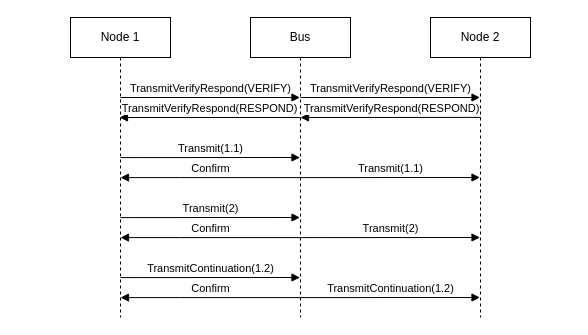
modelica/fmi-ls-bus keeps this draw.io diagram as docs/images/ethernet_transmit_fragmented.drawio. Above is the earlier version. Source tidied: cells renumbered, new cells numbered last; positions are measured from the earlier drawing's top-left corner, leaving out a move shared by most shapes. Both pictures are drawn from the tidied source at 100%, with x=0, y=0 at pixel (70, 17).
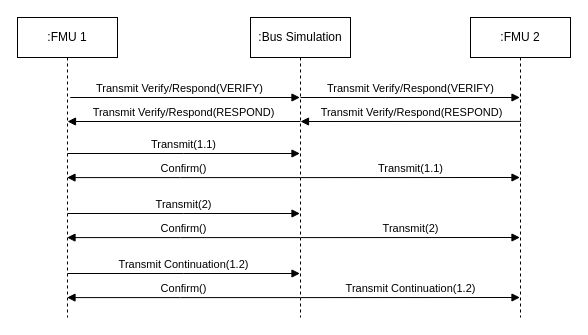
The same page after the edit.

Commit message (it also covers changes not shown here):
Fixed some ethernet images and typos

The edit, as a diff of the source:
```diff
@@
-    <mxCell id="2" value="Node 1" style="shape=umlLifeline;perimeter=lifelinePerimeter;whiteSpace=wrap;html=1;outlineConnect=0;portConstraint=eastwest;newEdgeStyle={&quot;edgeStyle&quot;:&quot;elbowEdgeStyle&quot;,&quot;elbow&quot;:&quot;vertical&quot;,&quot;curved&quot;:0,&quot;rounded&quot;:0};" parent="1" vertex="1">
-      <mxGeometry width="100" height="300" as="geometry" />
+    <mxCell id="2" value=":FMU 1" style="shape=umlLifeline;perimeter=lifelinePerimeter;whiteSpace=wrap;html=1;outlineConnect=0;portConstraint=eastwest;newEdgeStyle={&quot;edgeStyle&quot;:&quot;elbowEdgeStyle&quot;,&quot;elbow&quot;:&quot;vertical&quot;,&quot;curved&quot;:0,&quot;rounded&quot;:0};" parent="1" vertex="1">
+      <mxGeometry x="-53" width="100" height="300" as="geometry" />
     </mxCell>
-    <mxCell id="3" value="Bus" style="shape=umlLifeline;perimeter=lifelinePerimeter;whiteSpace=wrap;html=1;outlineConnect=0;portConstraint=eastwest;newEdgeStyle={&quot;edgeStyle&quot;:&quot;elbowEdgeStyle&quot;,&quot;elbow&quot;:&quot;vertical&quot;,&quot;curved&quot;:0,&quot;rounded&quot;:0};" parent="1" vertex="1">
+    <mxCell id="3" value=":Bus Simulation" style="shape=umlLifeline;perimeter=lifelinePerimeter;whiteSpace=wrap;html=1;outlineConnect=0;portConstraint=eastwest;newEdgeStyle={&quot;edgeStyle&quot;:&quot;elbowEdgeStyle&quot;,&quot;elbow&quot;:&quot;vertical&quot;,&quot;curved&quot;:0,&quot;rounded&quot;:0};" parent="1" vertex="1">
       <mxGeometry x="180" width="100" height="300" as="geometry" />
     </mxCell>
-    <mxCell id="4" value="Node 2" style="shape=umlLifeline;perimeter=lifelinePerimeter;whiteSpace=wrap;html=1;outlineConnect=0;portConstraint=eastwest;newEdgeStyle={&quot;edgeStyle&quot;:&quot;elbowEdgeStyle&quot;,&quot;elbow&quot;:&quot;vertical&quot;,&quot;curved&quot;:0,&quot;rounded&quot;:0};" parent="1" vertex="1">
-      <mxGeometry x="360" width="100" height="300" as="geometry" />
+    <mxCell id="4" value=":FMU 2" style="shape=umlLifeline;perimeter=lifelinePerimeter;whiteSpace=wrap;html=1;outlineConnect=0;portConstraint=eastwest;newEdgeStyle={&quot;edgeStyle&quot;:&quot;elbowEdgeStyle&quot;,&quot;elbow&quot;:&quot;vertical&quot;,&quot;curved&quot;:0,&quot;rounded&quot;:0};" parent="1" vertex="1">
+      <mxGeometry x="400" width="100" height="300" as="geometry" />
     </mxCell>
     <mxCell id="5" value="Transmit(1.1)" style="html=1;verticalAlign=bottom;endArrow=block;edgeStyle=elbowEdgeStyle;elbow=vertical;curved=0;rounded=0;" parent="1" edge="1">
       <mxGeometry relative="1" as="geometry">
-        <mxPoint x="50" y="140.1" as="sourcePoint" />
-        <mxPoint x="229.5" y="140" as="targetPoint" />
+        <mxPoint x="-3" y="136" as="sourcePoint" />
+        <mxPoint x="229.5" y="136" as="targetPoint" />
       </mxGeometry>
     </mxCell>
-    <mxCell id="6" value="Transmit(1.1)" style="html=1;verticalAlign=bottom;endArrow=block;edgeStyle=elbowEdgeStyle;elbow=vertical;curved=0;rounded=0;" parent="1" edge="1">
+    <mxCell id="6" value="Transmit(1.1)" style="html=1;verticalAlign=bottom;endArrow=block;edgeStyle=elbowEdgeStyle;elbow=vertical;curved=0;rounded=0;" parent="1" edge="1" target="4">
       <mxGeometry relative="1" as="geometry">
         <mxPoint x="229.8" y="160.1" as="sourcePoint" />
-        <mxPoint x="409.5" y="160.1" as="targetPoint" />
       </mxGeometry>
     </mxCell>
-    <mxCell id="7" value="Confirm" style="html=1;verticalAlign=bottom;endArrow=block;edgeStyle=elbowEdgeStyle;elbow=vertical;curved=0;rounded=0;" parent="1" edge="1">
+    <mxCell id="7" value="Confirm()" style="html=1;verticalAlign=bottom;endArrow=block;edgeStyle=elbowEdgeStyle;elbow=vertical;curved=0;rounded=0;" parent="1" edge="1" target="2">
       <mxGeometry relative="1" as="geometry">
         <mxPoint x="229.5" y="160.1" as="sourcePoint" />
-        <mxPoint x="50" y="160.1" as="targetPoint" />
         <Array as="points">
           <mxPoint x="110" y="160.1" />
         </Array>
       </mxGeometry>
     </mxCell>
     <mxCell id="8" value="Transmit(2)" style="html=1;verticalAlign=bottom;endArrow=block;edgeStyle=elbowEdgeStyle;elbow=vertical;curved=0;rounded=0;" parent="1" edge="1">
       <mxGeometry relative="1" as="geometry">
-        <mxPoint x="50" y="200.1" as="sourcePoint" />
-        <mxPoint x="229.5" y="200" as="targetPoint" />
+        <mxPoint x="-3" y="196" as="sourcePoint" />
+        <mxPoint x="229.5" y="196" as="targetPoint" />
       </mxGeometry>
     </mxCell>
-    <mxCell id="9" value="Transmit(2)" style="html=1;verticalAlign=bottom;endArrow=block;edgeStyle=elbowEdgeStyle;elbow=vertical;curved=0;rounded=0;" parent="1" edge="1">
+    <mxCell id="9" value="Transmit(2)" style="html=1;verticalAlign=bottom;endArrow=block;edgeStyle=elbowEdgeStyle;elbow=vertical;curved=0;rounded=0;" parent="1" edge="1" target="4">
       <mxGeometry relative="1" as="geometry">
         <mxPoint x="230" y="220.1" as="sourcePoint" />
-        <mxPoint x="409.5" y="220" as="targetPoint" />
       </mxGeometry>
     </mxCell>
-    <mxCell id="10" value="Confirm" style="html=1;verticalAlign=bottom;endArrow=block;edgeStyle=elbowEdgeStyle;elbow=vertical;curved=0;rounded=0;" parent="1" edge="1">
+    <mxCell id="10" value="Confirm()" style="html=1;verticalAlign=bottom;endArrow=block;edgeStyle=elbowEdgeStyle;elbow=vertical;curved=0;rounded=0;" parent="1" edge="1" target="2">
       <mxGeometry relative="1" as="geometry">
         <mxPoint x="229.5" y="220.1" as="sourcePoint" />
-        <mxPoint x="50" y="220.1" as="targetPoint" />
         <Array as="points">
           <mxPoint x="110" y="220.1" />
         </Array>
       </mxGeometry>
     </mxCell>
-    <mxCell id="11" value="TransmitContinuation(1.2)" style="html=1;verticalAlign=bottom;endArrow=block;edgeStyle=elbowEdgeStyle;elbow=vertical;curved=0;rounded=0;" parent="1" edge="1">
+    <mxCell id="11" value="Transmit Continuation(1.2)" style="html=1;verticalAlign=bottom;endArrow=block;edgeStyle=elbowEdgeStyle;elbow=vertical;curved=0;rounded=0;" parent="1" edge="1">
       <mxGeometry relative="1" as="geometry">
-        <mxPoint x="50" y="260.1" as="sourcePoint" />
-        <mxPoint x="229.5" y="260" as="targetPoint" />
+        <mxPoint x="-3" y="256" as="sourcePoint" />
+        <mxPoint x="229.5" y="256" as="targetPoint" />
       </mxGeometry>
     </mxCell>
-    <mxCell id="12" value="TransmitContinuation(1.2)" style="html=1;verticalAlign=bottom;endArrow=block;edgeStyle=elbowEdgeStyle;elbow=vertical;curved=0;rounded=0;" parent="1" edge="1">
+    <mxCell id="12" value="Transmit Continuation(1.2)" style="html=1;verticalAlign=bottom;endArrow=block;edgeStyle=elbowEdgeStyle;elbow=vertical;curved=0;rounded=0;" parent="1" edge="1" target="4">
       <mxGeometry relative="1" as="geometry">
         <mxPoint x="230" y="280.1" as="sourcePoint" />
-        <mxPoint x="409.5" y="280" as="targetPoint" />
       </mxGeometry>
     </mxCell>
-    <mxCell id="13" value="Confirm" style="html=1;verticalAlign=bottom;endArrow=block;edgeStyle=elbowEdgeStyle;elbow=vertical;curved=0;rounded=0;" parent="1" edge="1">
+    <mxCell id="13" value="Confirm()" style="html=1;verticalAlign=bottom;endArrow=block;edgeStyle=elbowEdgeStyle;elbow=vertical;curved=0;rounded=0;" parent="1" edge="1" target="2">
       <mxGeometry relative="1" as="geometry">
         <mxPoint x="229.5" y="280.1" as="sourcePoint" />
-        <mxPoint x="50" y="280.1" as="targetPoint" />
         <Array as="points">
           <mxPoint x="110" y="280.1" />
         </Array>
       </mxGeometry>
     </mxCell>
-    <mxCell id="14" value="TransmitVerifyRespond(VERIFY)" style="html=1;verticalAlign=bottom;endArrow=block;edgeStyle=elbowEdgeStyle;elbow=vertical;curved=0;rounded=0;" parent="1" edge="1" target="3">
-      <mxGeometry relative="1" as="geometry">
+    <mxCell id="14" value="Transmit Verify/Respond(VERIFY)" style="html=1;verticalAlign=bottom;endArrow=block;edgeStyle=elbowEdgeStyle;elbow=vertical;curved=0;rounded=0;" parent="1" edge="1" target="3">
+      <mxGeometry x="0.14" relative="1" as="geometry">
         <mxPoint x="50" y="80" as="sourcePoint" />
+        <Array as="points">
+          <mxPoint y="80" />
+        </Array>
       </mxGeometry>
     </mxCell>
-    <mxCell id="15" value="TransmitVerifyRespond(VERIFY)" style="html=1;verticalAlign=bottom;endArrow=block;edgeStyle=elbowEdgeStyle;elbow=vertical;curved=0;rounded=0;" parent="1" edge="1" target="4">
+    <mxCell id="15" value="Transmit Verify/Respond(VERIFY)" style="html=1;verticalAlign=bottom;endArrow=block;edgeStyle=elbowEdgeStyle;elbow=vertical;curved=0;rounded=0;" parent="1" edge="1" target="4">
       <mxGeometry relative="1" as="geometry">
         <mxPoint x="230" y="80" as="sourcePoint" />
       </mxGeometry>
     </mxCell>
-    <mxCell id="16" value="TransmitVerifyRespond(RESPOND)" style="html=1;verticalAlign=bottom;endArrow=block;edgeStyle=elbowEdgeStyle;elbow=vertical;curved=0;rounded=0;entryX=0.506;entryY=0.333;entryDx=0;entryDy=0;entryPerimeter=0;exitX=0.506;exitY=0.333;exitDx=0;exitDy=0;exitPerimeter=0;" parent="1" edge="1" source="4">
+    <mxCell id="16" value="Transmit Verify/Respond(RESPOND)" style="html=1;verticalAlign=bottom;endArrow=block;edgeStyle=elbowEdgeStyle;elbow=vertical;curved=0;rounded=0;entryX=0.506;entryY=0.333;entryDx=0;entryDy=0;entryPerimeter=0;exitX=0.506;exitY=0.333;exitDx=0;exitDy=0;exitPerimeter=0;" parent="1" edge="1">
       <mxGeometry relative="1" as="geometry">
-        <mxPoint x="230" y="100" as="targetPoint" />
+        <mxPoint x="450.6" y="103.9" as="sourcePoint" />
+        <mxPoint x="230" y="104" as="targetPoint" />
       </mxGeometry>
     </mxCell>
-    <mxCell id="17" value="TransmitVerifyRespond(RESPOND)" style="html=1;verticalAlign=bottom;endArrow=block;edgeStyle=elbowEdgeStyle;elbow=vertical;curved=0;rounded=0;entryX=0.506;entryY=0.333;entryDx=0;entryDy=0;entryPerimeter=0;exitX=0.506;exitY=0.333;exitDx=0;exitDy=0;exitPerimeter=0;" parent="1" edge="1">
+    <mxCell id="17" value="Transmit Verify/Respond(RESPOND)" style="html=1;verticalAlign=bottom;endArrow=block;edgeStyle=elbowEdgeStyle;elbow=vertical;curved=0;rounded=0;exitX=0.506;exitY=0.333;exitDx=0;exitDy=0;exitPerimeter=0;" parent="1" edge="1">
       <mxGeometry relative="1" as="geometry">
-        <mxPoint x="230" y="100" as="sourcePoint" />
-        <mxPoint x="49" y="100" as="targetPoint" />
+        <mxPoint x="230" y="104" as="sourcePoint" />
+        <mxPoint x="-3" y="104" as="targetPoint" />
       </mxGeometry>
     </mxCell>
```
